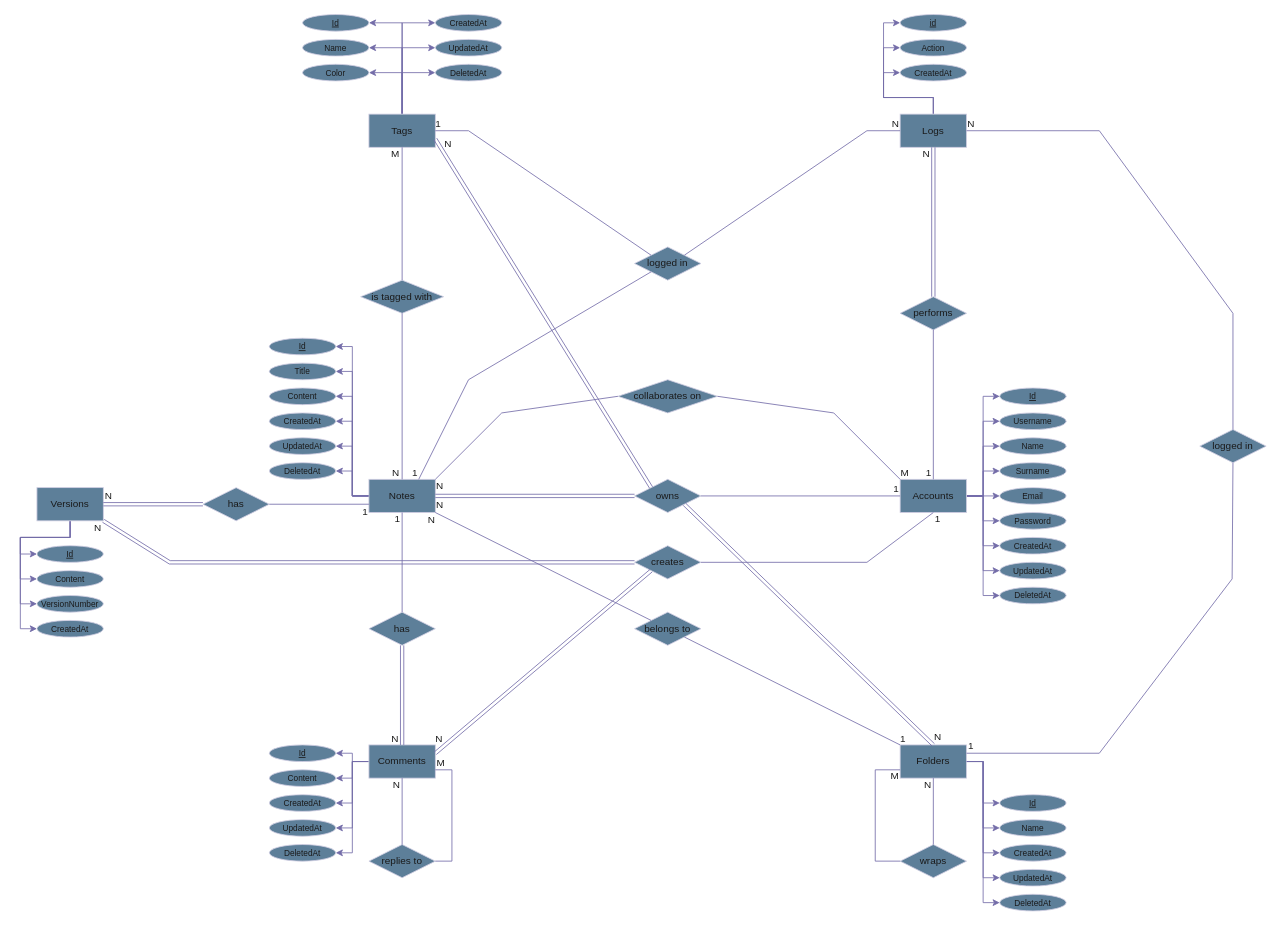
The draw.io diagram backend/database/Noty - ER Diagram.drawio in devzeld/noty, before the edit. Source tidied: cells renumbered, new cells numbered last; positions are measured from the earlier drawing's top-left corner, leaving out a move shared by most shapes. Both pictures are drawn from the tidied source at 83%, with x=0, y=0 at pixel (20, 14).
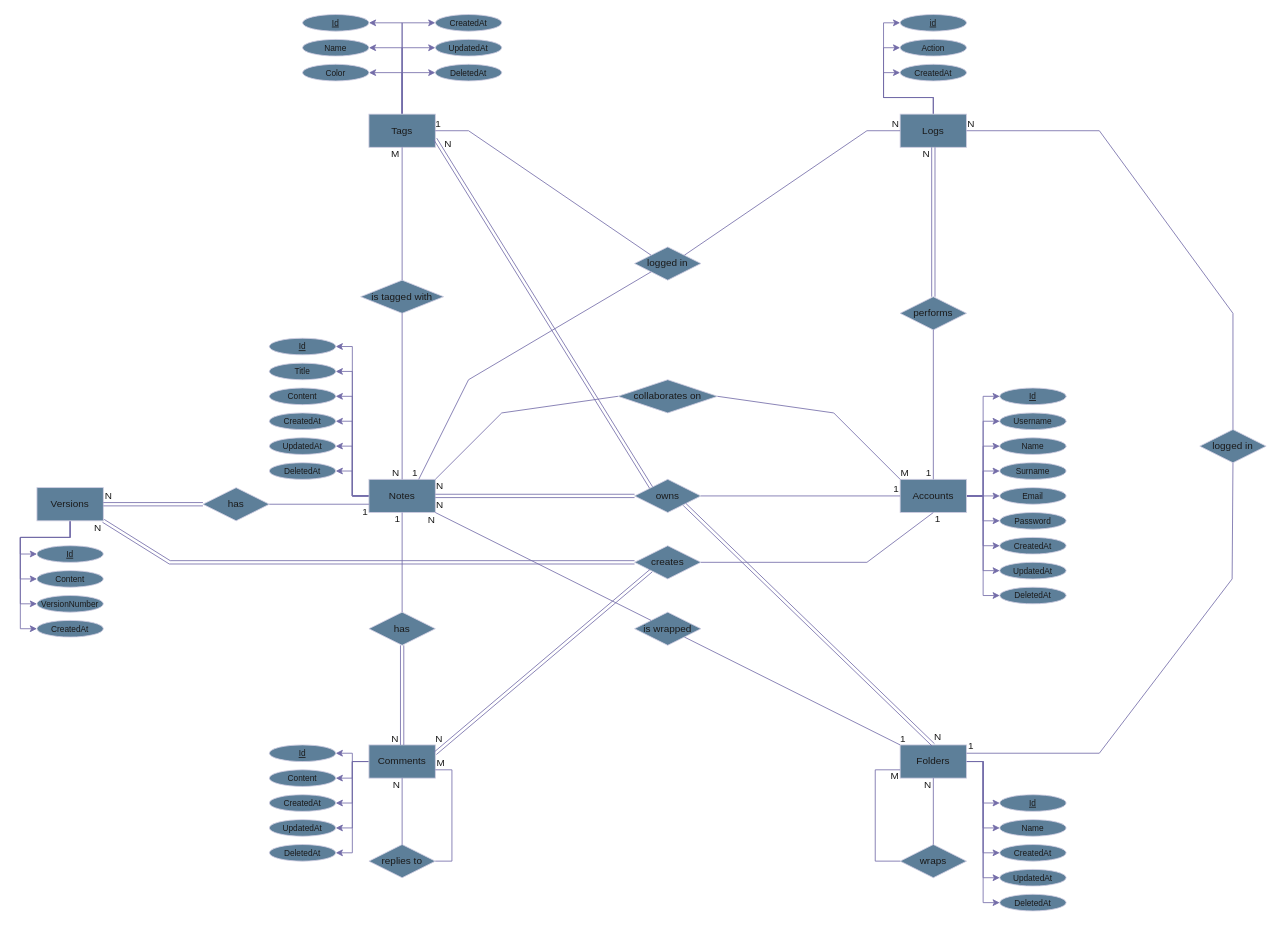
Above is the later version.

The edit, as a diff of the source:
```diff
@@
-    <mxCell id="90" value="belongs to" style="shape=rhombus;perimeter=rhombusPerimeter;whiteSpace=wrap;html=1;align=center;labelBackgroundColor=none;rounded=0;fillColor=#5D7F99;strokeColor=#D0CEE2;fontColor=#1A1A1A;" parent="1" vertex="1">
+    <mxCell id="90" value="is wrapped" style="shape=rhombus;perimeter=rhombusPerimeter;whiteSpace=wrap;html=1;align=center;labelBackgroundColor=none;rounded=0;fillColor=#5D7F99;strokeColor=#D0CEE2;fontColor=#1A1A1A;" parent="1" vertex="1">
       <mxGeometry x="740" y="720" width="80" height="40" as="geometry" />
     </mxCell>
```
